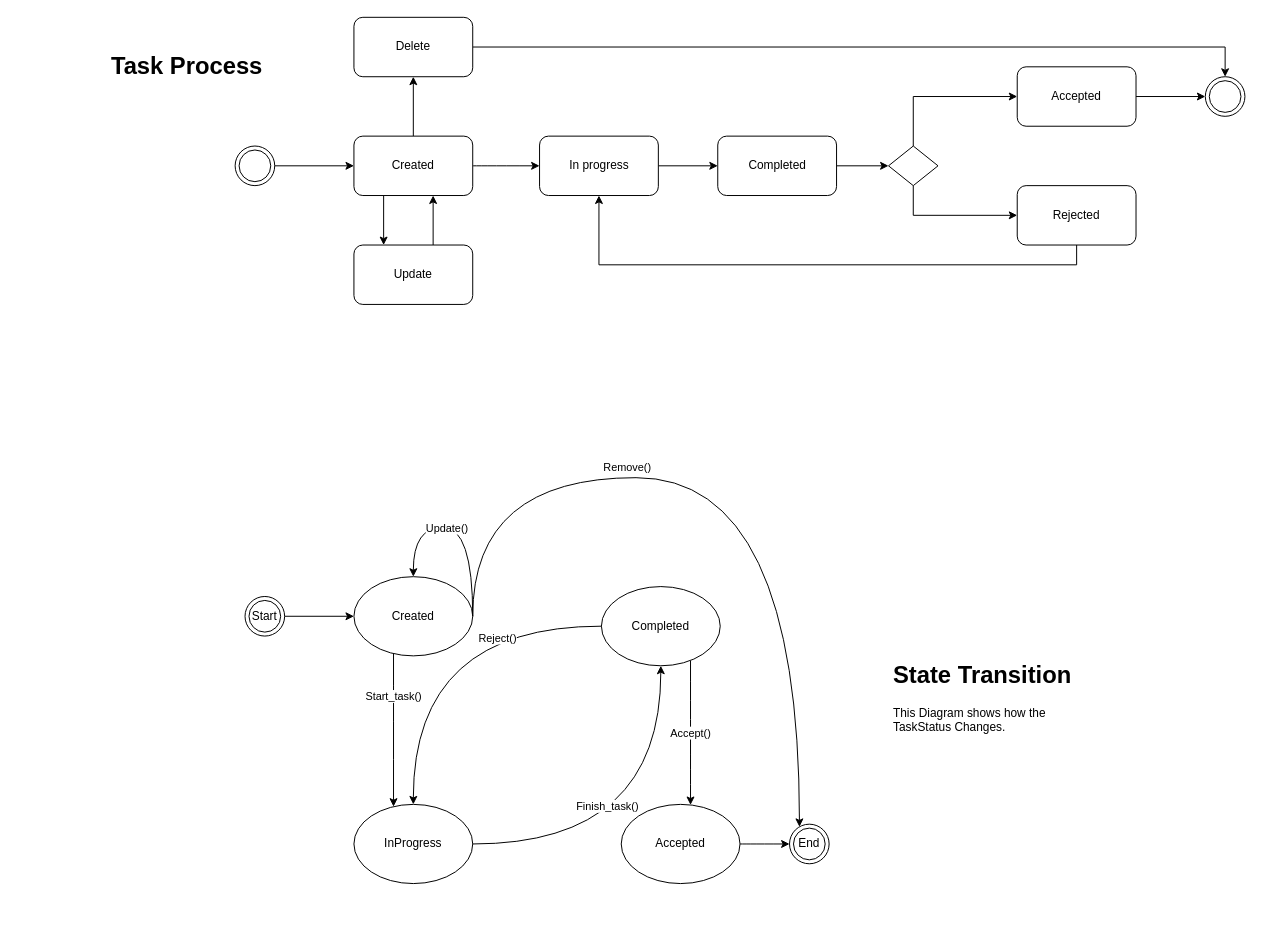
Earlier version of the draw.io diagram designs/architecture/ProcessDesign.drawio (UniversalDot/documents). Source tidied: cells renumbered, new cells numbered last; positions are measured from the earlier drawing's top-left corner, leaving out a move shared by most shapes. Both pictures are drawn from the tidied source at 99%, with x=0, y=0 at pixel (106, 17).
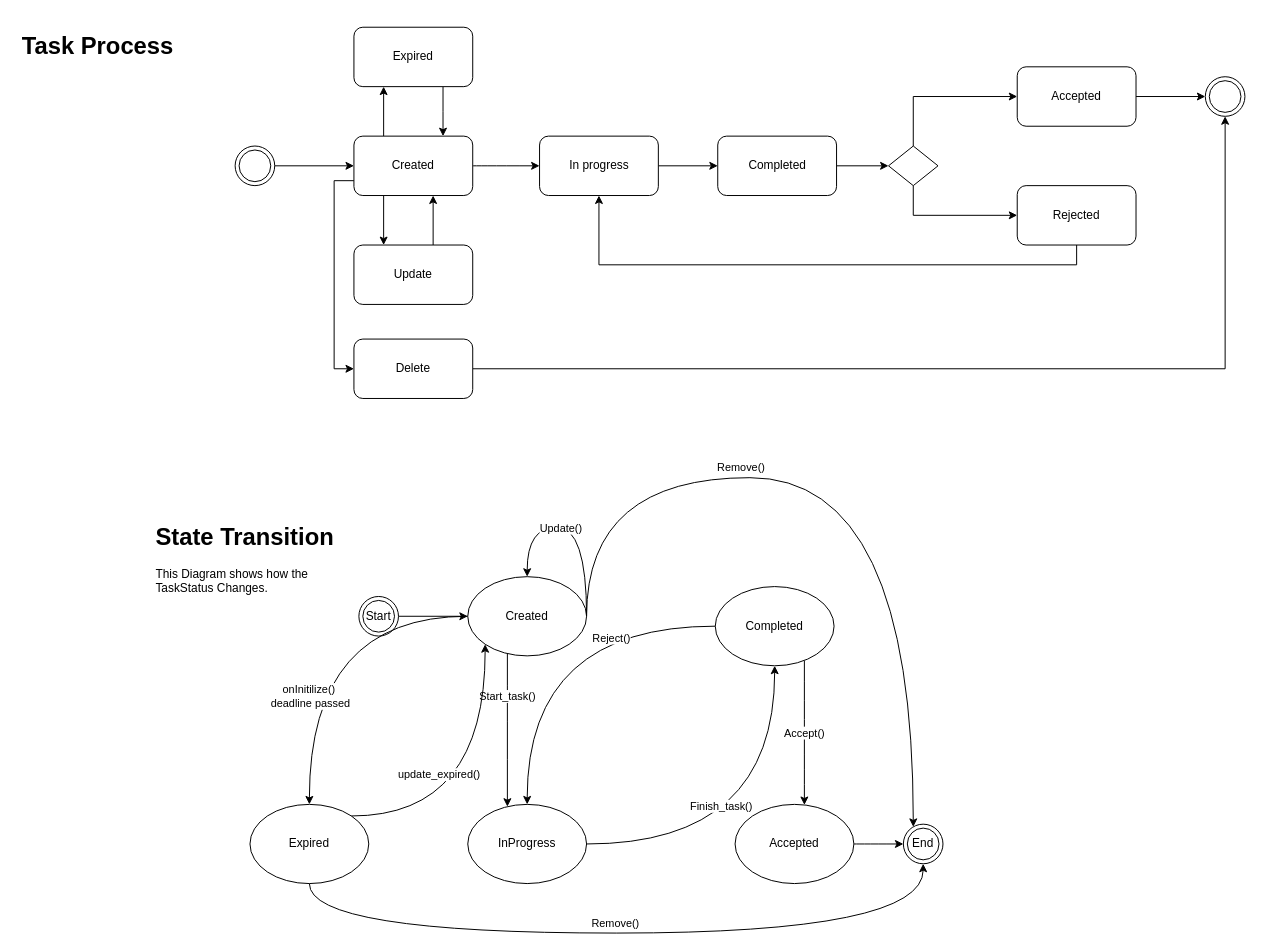
After the change.

The change refers to these unchanged cells:
```xml
<mxCell id="7" value="Created" style="rounded=1;whiteSpace=wrap;html=1;" parent="1" vertex="1">
  <mxGeometry x="250" y="120" width="120" height="60" as="geometry" />
</mxCell>
<mxCell id="12" style="ellipse;shape=doubleEllipse;whiteSpace=wrap;html=1;" parent="1" vertex="1">
  <mxGeometry x="1110" y="60" width="40" height="40" as="geometry" />
</mxCell>
```

Diff of the diagram source:
```diff
@@
-    <mxCell id="6" style="edgeStyle=orthogonalEdgeStyle;rounded=0;jettySize=auto;html=1;entryX=0.5;entryY=1;entryDx=0;entryDy=0;" parent="1" edge="1" source="7" target="43">
-      <mxGeometry relative="1" as="geometry" />
+    <mxCell id="6" style="edgeStyle=orthogonalEdgeStyle;rounded=0;jettySize=auto;html=1;entryX=0;entryY=0.5;entryDx=0;entryDy=0;exitX=0;exitY=0.75;exitDx=0;exitDy=0;" parent="1" edge="1" source="7" target="43">
+      <mxGeometry relative="1" as="geometry">
+        <Array as="points">
+          <mxPoint x="230" y="165" />
+          <mxPoint x="230" y="355" />
+        </Array>
+      </mxGeometry>
     </mxCell>
+    <mxCell id="44" style="edgeStyle=orthogonalEdgeStyle;rounded=0;jettySize=auto;html=1;entryX=0.25;entryY=1;entryDx=0;entryDy=0;exitX=0.25;exitY=0;exitDx=0;exitDy=0;" parent="1" edge="1" source="7" target="46">
+      <mxGeometry relative="1" as="geometry" />
+    </mxCell>
@@
     <mxCell id="22" value="&lt;h1&gt;Task Process&lt;/h1&gt;&lt;p&gt;&lt;br&gt;&lt;/p&gt;&lt;p&gt;&lt;br&gt;&lt;/p&gt;" style="text;html=1;strokeColor=none;fillColor=none;spacing=5;spacingTop=-20;whiteSpace=wrap;overflow=hidden;rounded=0;" parent="1" vertex="1">
-      <mxGeometry y="30" width="190" height="90" as="geometry" />
+      <mxGeometry x="-90" y="10" width="190" height="90" as="geometry" />
     </mxCell>
     <mxCell id="23" value="&lt;h1&gt;State Transition&lt;/h1&gt;&lt;p&gt;This Diagram shows how the TaskStatus Changes.&lt;/p&gt;&lt;p&gt;&lt;br&gt;&lt;/p&gt;" style="text;html=1;strokeColor=none;fillColor=none;spacing=5;spacingTop=-20;whiteSpace=wrap;overflow=hidden;rounded=0;" parent="1" vertex="1">
-      <mxGeometry x="790" y="645" width="190" height="120" as="geometry" />
+      <mxGeometry x="45" y="505" width="190" height="120" as="geometry" />
     </mxCell>
     <mxCell id="24" value="Start_task()" style="edgeStyle=orthogonalEdgeStyle;curved=1;jettySize=auto;html=1;" parent="1" edge="1" source="25" target="30">
       <mxGeometry x="-0.45" relative="1" as="geometry">
         <Array as="points">
-          <mxPoint x="290" y="705" />
-          <mxPoint x="290" y="705" />
+          <mxPoint x="405" y="705" />
+          <mxPoint x="405" y="705" />
         </Array>
       </mxGeometry>
     </mxCell>
     <mxCell id="25" value="Created" style="ellipse;whiteSpace=wrap;html=1;" parent="1" vertex="1">
-      <mxGeometry x="250" y="565" width="120" height="80" as="geometry" />
+      <mxGeometry x="365" y="565" width="120" height="80" as="geometry" />
     </mxCell>
@@
     <mxCell id="27" value="Start" style="ellipse;shape=doubleEllipse;whiteSpace=wrap;html=1;" parent="1" vertex="1">
-      <mxGeometry x="140" y="585" width="40" height="40" as="geometry" />
+      <mxGeometry x="255" y="585" width="40" height="40" as="geometry" />
     </mxCell>
@@
     <mxCell id="30" value="InProgress" style="ellipse;whiteSpace=wrap;html=1;" parent="1" vertex="1">
-      <mxGeometry x="250" y="795" width="120" height="80" as="geometry" />
+      <mxGeometry x="365" y="795" width="120" height="80" as="geometry" />
     </mxCell>
@@
     <mxCell id="32" value="Accepted" style="ellipse;whiteSpace=wrap;html=1;" parent="1" vertex="1">
-      <mxGeometry x="520" y="795" width="120" height="80" as="geometry" />
+      <mxGeometry x="635" y="795" width="120" height="80" as="geometry" />
     </mxCell>
     <mxCell id="33" value="Accept()" style="edgeStyle=orthogonalEdgeStyle;curved=1;jettySize=auto;html=1;" parent="1" edge="1" source="36" target="32">
       <mxGeometry relative="1" as="geometry">
         <Array as="points">
-          <mxPoint x="590" y="735" />
-          <mxPoint x="590" y="735" />
+          <mxPoint x="705" y="735" />
+          <mxPoint x="705" y="735" />
         </Array>
       </mxGeometry>
     </mxCell>
@@
     <mxCell id="36" value="Completed" style="ellipse;whiteSpace=wrap;html=1;" parent="1" vertex="1">
-      <mxGeometry x="500" y="575" width="120" height="80" as="geometry" />
+      <mxGeometry x="615" y="575" width="120" height="80" as="geometry" />
     </mxCell>
     <mxCell id="37" style="edgeStyle=orthogonalEdgeStyle;curved=1;orthogonalLoop=1;jettySize=auto;html=1;entryX=0.5;entryY=0;entryDx=0;entryDy=0;exitX=1;exitY=0.5;exitDx=0;exitDy=0;" parent="1" edge="1" source="25" target="25">
       <mxGeometry relative="1" as="geometry">
         <Array as="points">
-          <mxPoint x="370" y="515" />
-          <mxPoint x="310" y="515" />
+          <mxPoint x="485" y="515" />
+          <mxPoint x="425" y="515" />
         </Array>
       </mxGeometry>
     </mxCell>
@@
     <mxCell id="39" value="End" style="ellipse;shape=doubleEllipse;whiteSpace=wrap;html=1;" parent="1" vertex="1">
-      <mxGeometry x="690" y="815" width="40" height="40" as="geometry" />
+      <mxGeometry x="805" y="815" width="40" height="40" as="geometry" />
     </mxCell>
@@
     <mxCell id="41" value="Remove()" style="edgeStyle=orthogonalEdgeStyle;rounded=0;jettySize=auto;html=1;curved=1;" parent="1" edge="1" target="39">
       <mxGeometry x="-0.28" y="10" relative="1" as="geometry">
-        <mxPoint x="370" y="605" as="sourcePoint" />
+        <mxPoint x="485" y="605" as="sourcePoint" />
         <Array as="points">
-          <mxPoint x="370" y="465" />
-          <mxPoint x="700" y="465" />
+          <mxPoint x="485" y="465" />
+          <mxPoint x="815" y="465" />
         </Array>
       </mxGeometry>
     </mxCell>
-    <mxCell id="42" style="edgeStyle=orthogonalEdgeStyle;rounded=0;jettySize=auto;html=1;entryX=0.5;entryY=0;entryDx=0;entryDy=0;" parent="1" edge="1" source="43" target="12">
-      <mxGeometry relative="1" as="geometry" />
+    <mxCell id="42" style="edgeStyle=orthogonalEdgeStyle;rounded=0;jettySize=auto;html=1;entryX=0.5;entryY=1;entryDx=0;entryDy=0;" parent="1" edge="1" source="43" target="12">
+      <mxGeometry relative="1" as="geometry">
+        <Array as="points">
+          <mxPoint x="1130" y="355" />
+        </Array>
+      </mxGeometry>
     </mxCell>
     <mxCell id="43" value="Delete" style="rounded=1;whiteSpace=wrap;html=1;" parent="1" vertex="1">
-      <mxGeometry x="250" width="120" height="60" as="geometry" />
+      <mxGeometry x="250" y="325" width="120" height="60" as="geometry" />
     </mxCell>
+    <mxCell id="45" style="edgeStyle=orthogonalEdgeStyle;rounded=0;jettySize=auto;html=1;" parent="1" edge="1" source="46" target="7">
+      <mxGeometry relative="1" as="geometry">
+        <Array as="points">
+          <mxPoint x="340" y="95" />
+          <mxPoint x="340" y="95" />
+        </Array>
+      </mxGeometry>
+    </mxCell>
+    <mxCell id="46" value="Expired" style="rounded=1;whiteSpace=wrap;html=1;" parent="1" vertex="1">
+      <mxGeometry x="250" y="10" width="120" height="60" as="geometry" />
+    </mxCell>
+    <mxCell id="47" value="Expired" style="ellipse;whiteSpace=wrap;html=1;" parent="1" vertex="1">
+      <mxGeometry x="145" y="795" width="120" height="80" as="geometry" />
+    </mxCell>
+    <mxCell id="48" style="edgeStyle=orthogonalEdgeStyle;curved=1;jettySize=auto;html=1;exitX=0;exitY=0.5;exitDx=0;exitDy=0;" parent="1" edge="1" source="25" target="47">
+      <mxGeometry relative="1" as="geometry" />
+    </mxCell>
+    <mxCell id="49" value="onInitilize()&amp;nbsp;&lt;br&gt;deadline passed" style="edgeLabel;html=1;align=center;verticalAlign=middle;" parent="48" vertex="1">
+      <mxGeometry x="-0.43" y="11" relative="1" as="geometry">
+        <mxPoint x="-60" y="69" as="offset" />
+      </mxGeometry>
+    </mxCell>
+    <mxCell id="50" style="edgeStyle=orthogonalEdgeStyle;curved=1;jettySize=auto;html=1;exitX=1;exitY=0;exitDx=0;exitDy=0;entryX=0;entryY=1;entryDx=0;entryDy=0;" parent="1" edge="1" source="47" target="25">
+      <mxGeometry relative="1" as="geometry" />
+    </mxCell>
+    <mxCell id="51" value="update_expired()" style="edgeLabel;html=1;align=center;verticalAlign=middle;" parent="50" vertex="1">
+      <mxGeometry x="-0.27" y="39" relative="1" as="geometry">
+        <mxPoint x="-25" y="-3" as="offset" />
+      </mxGeometry>
+    </mxCell>
+    <mxCell id="52" value="Remove()" style="edgeStyle=orthogonalEdgeStyle;rounded=0;jettySize=auto;html=1;curved=1;exitX=0.5;exitY=1;exitDx=0;exitDy=0;" parent="1" edge="1" source="47">
+      <mxGeometry x="-0.03" y="10" relative="1" as="geometry">
+        <mxPoint x="825" y="855" as="targetPoint" />
+        <Array as="points">
+          <mxPoint x="205" y="925" />
+          <mxPoint x="825" y="925" />
+        </Array>
+      </mxGeometry>
+    </mxCell>
```
